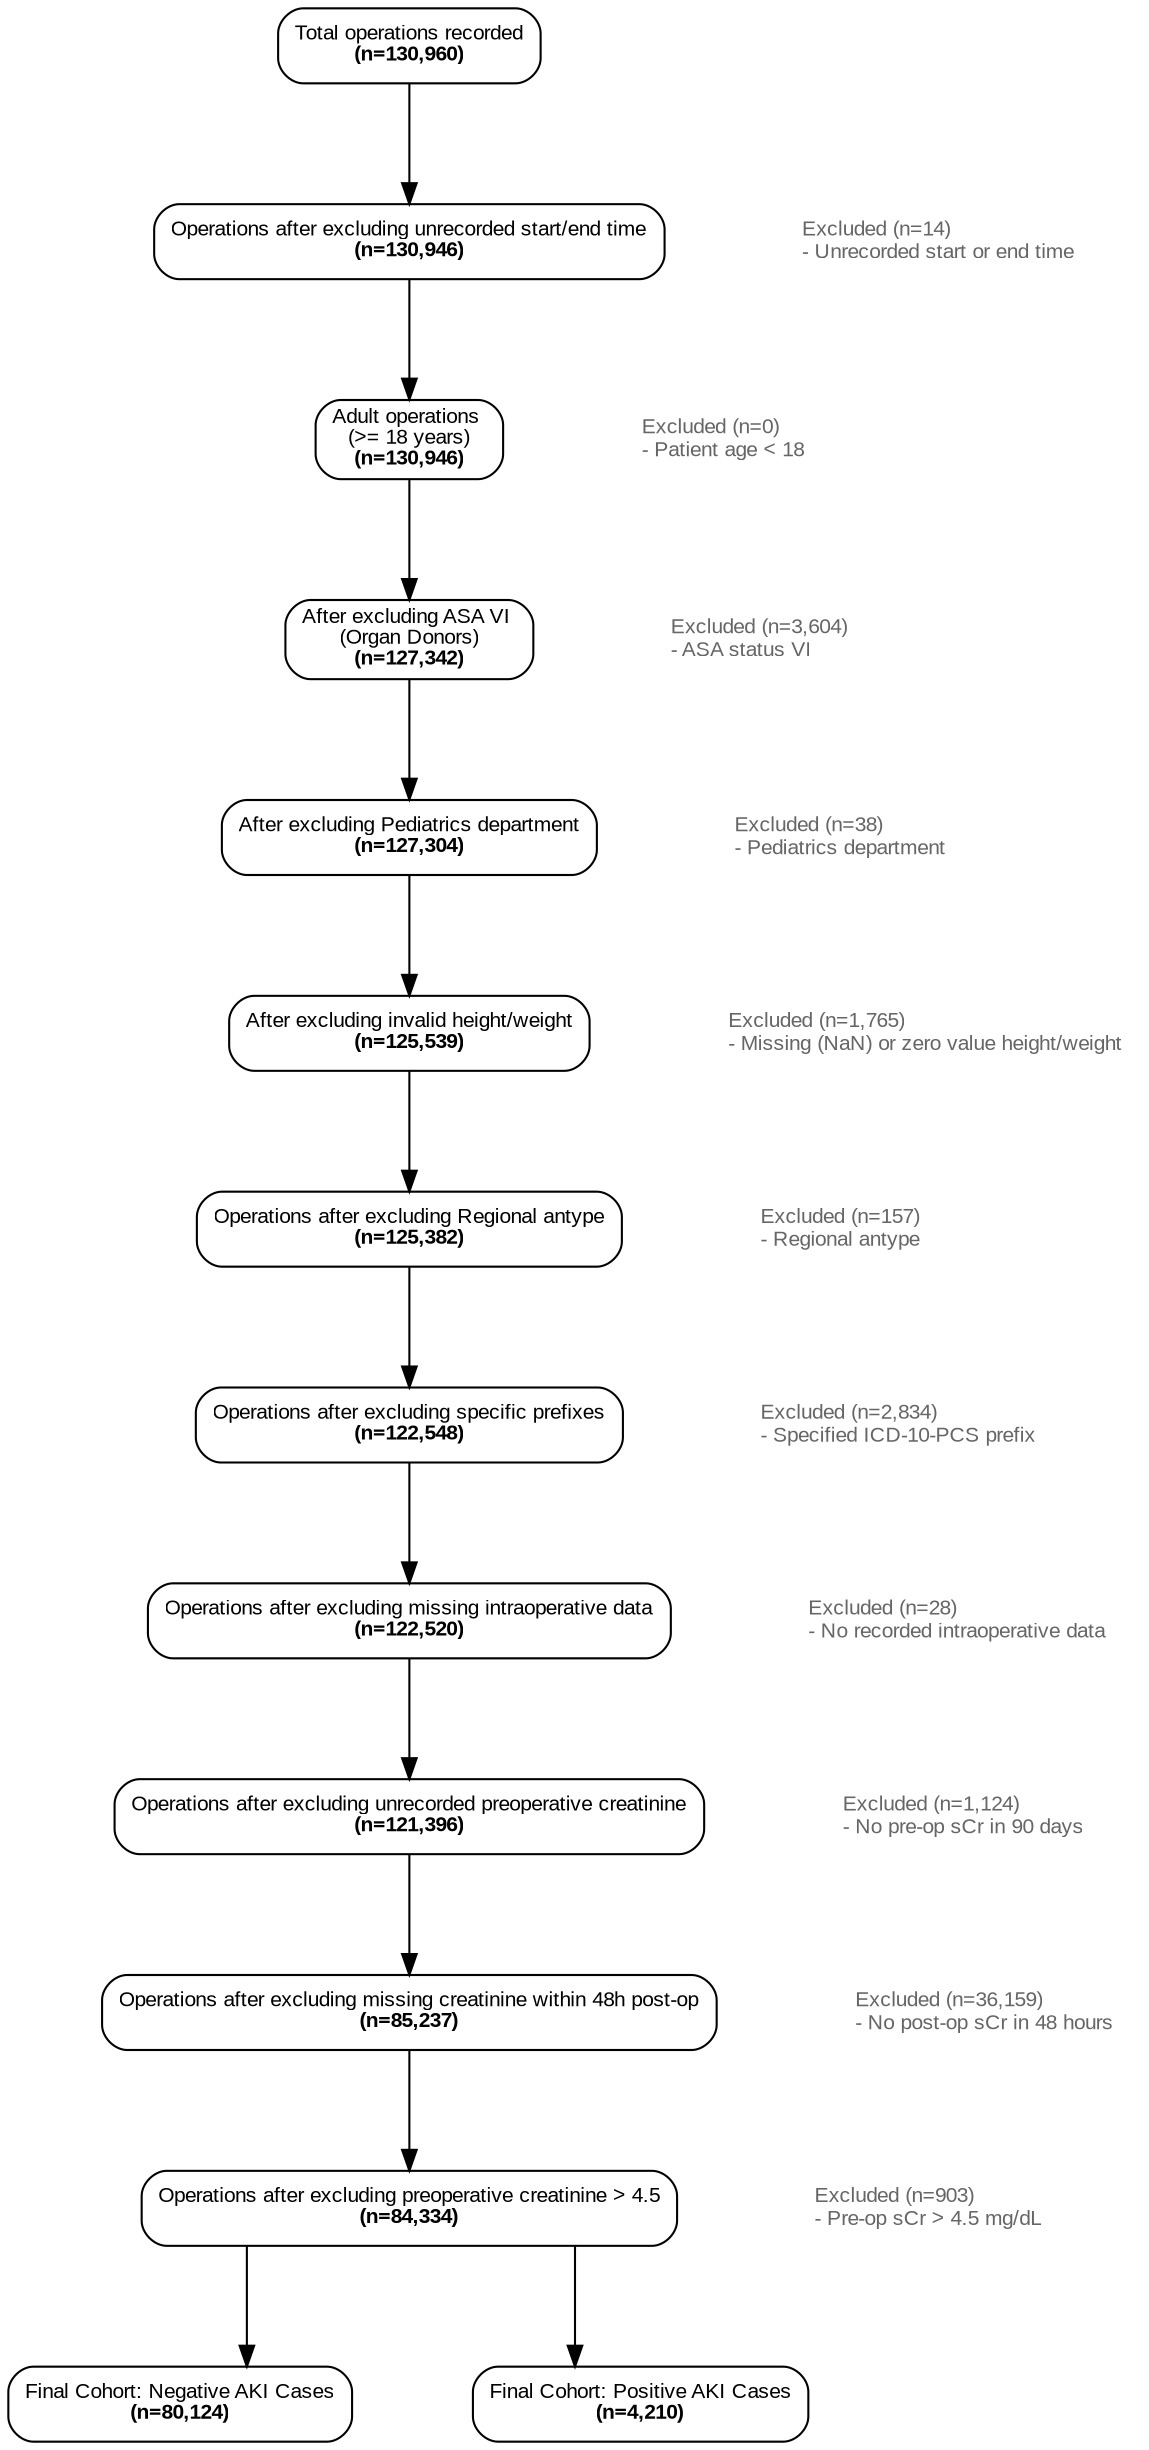
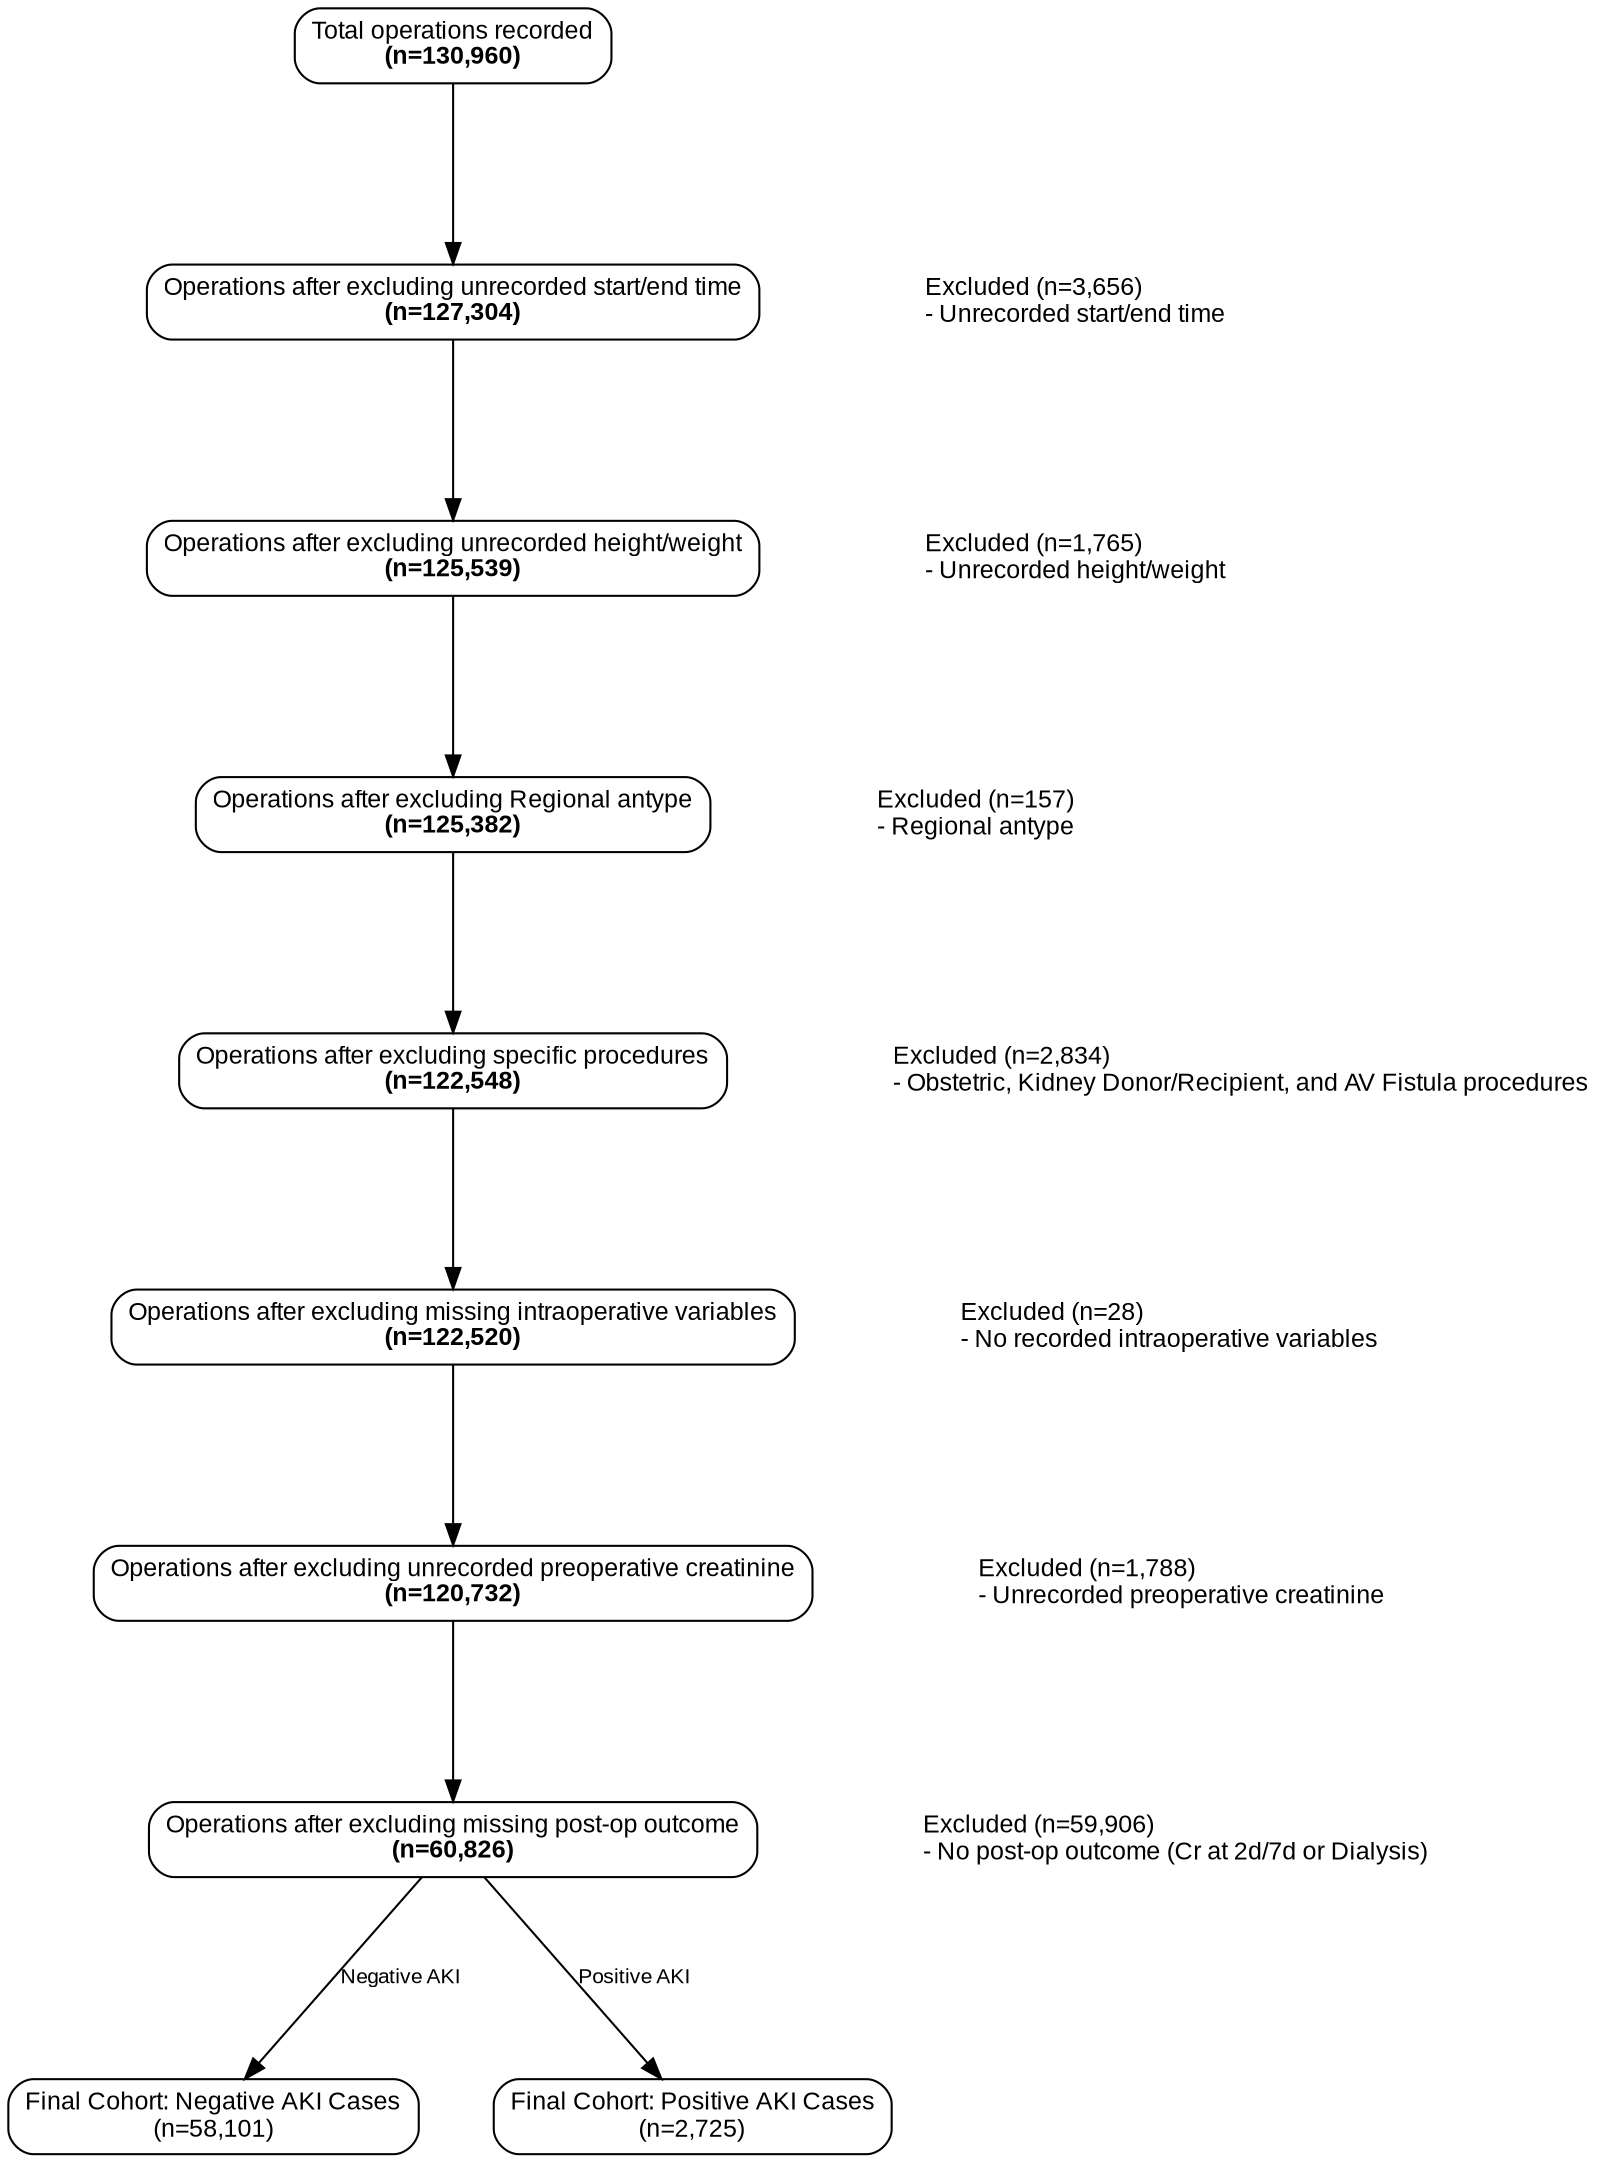
digraph consort_flow {
-     graph [splines=ortho, nodesep=0.8, ranksep=0.8];
-     node [shape=box, style="rounded", fontname="Arial", fontsize=10];
-     edge [fontname="Arial", fontsize=9, arrowhead=normal];
+     graph [rankdir=TB, splines=true, nodesep=0.5, ranksep=1.2];
+     node [shape=box, style="rounded,filled", fontname="Arial", fontsize=12, fillcolor="white"];
+     edge [fontname="Arial", fontsize=10, arrowhead=normal, dir=forward];

    N0 [label=<Total operations recorded<BR/><B>(n=130,960)</B>>];
-     N1 [label=<Operations after excluding unrecorded start/end time<BR/><B>(n=130,946)</B>>];
-     X1 [label=<Excluded (n=14)<BR ALIGN="LEFT"/>- Unrecorded start or end time<BR ALIGN="LEFT"/>>, shape=plaintext, fontcolor="grey40"];
+     N1 [label=<Operations after excluding unrecorded start/end time<BR/><B>(n=127,304)</B>>];
+     N2 [label=<Operations after excluding unrecorded height/weight<BR/><B>(n=125,539)</B>>];
+     N3 [label=<Operations after excluding Regional antype<BR/><B>(n=125,382)</B>>];
+     N4 [label=<Operations after excluding specific procedures<BR/><B>(n=122,548)</B>>];
+     N5 [label=<Operations after excluding missing intraoperative variables<BR/><B>(n=122,520)</B>>];
+     N6 [label=<Operations after excluding unrecorded preoperative creatinine<BR/><B>(n=120,732)</B>>];
+     N7 [label=<Operations after excluding missing post-op outcome<BR/><B>(n=60,826)</B>>];
    N0 -> N1;
-     { rank=same; N1; X1; }
+     X1 [label=<Excluded (n=3,656)<BR ALIGN="LEFT"/>- Unrecorded start/end time<BR ALIGN="LEFT"/>>, shape=plaintext];
+     { rank=same; N1; X1 }
+     N1 -> X1 [style=invis];

-     N2 [label=<Adult operations <BR/>(&gt;= 18 years)<BR/><B>(n=130,946)</B>>];
-     X2 [label=<Excluded (n=0)<BR ALIGN="LEFT"/>- Patient age &lt; 18<BR ALIGN="LEFT"/>>, shape=plaintext, fontcolor="grey40"];
    N1 -> N2;
-     { rank=same; N2; X2; }
+     X2 [label=<Excluded (n=1,765)<BR ALIGN="LEFT"/>- Unrecorded height/weight<BR ALIGN="LEFT"/>>, shape=plaintext];
+     { rank=same; N2; X2 }
+     N2 -> X2 [style=invis];

-     N3 [label=<After excluding ASA VI <BR/>(Organ Donors)<BR/><B>(n=127,342)</B>>];
-     X3 [label=<Excluded (n=3,604)<BR ALIGN="LEFT"/>- ASA status VI<BR ALIGN="LEFT"/>>, shape=plaintext, fontcolor="grey40"];
    N2 -> N3;
-     { rank=same; N3; X3; }
+     X3 [label=<Excluded (n=157)<BR ALIGN="LEFT"/>- Regional antype<BR ALIGN="LEFT"/>>, shape=plaintext];
+     { rank=same; N3; X3 }
+     N3 -> X3 [style=invis];

-     N4 [label=<After excluding Pediatrics department<BR/><B>(n=127,304)</B>>];
-     X4 [label=<Excluded (n=38)<BR ALIGN="LEFT"/>- Pediatrics department<BR ALIGN="LEFT"/>>, shape=plaintext, fontcolor="grey40"];
    N3 -> N4;
-     { rank=same; N4; X4; }
+     X4 [label=<Excluded (n=2,834)<BR ALIGN="LEFT"/>- Obstetric, Kidney Donor/Recipient, and AV Fistula procedures<BR ALIGN="LEFT"/>>, shape=plaintext];
+     { rank=same; N4; X4 }
+     N4 -> X4 [style=invis];

-     N5 [label=<After excluding invalid height/weight<BR/><B>(n=125,539)</B>>];
-     X5 [label=<Excluded (n=1,765)<BR ALIGN="LEFT"/>- Missing (NaN) or zero value height/weight<BR ALIGN="LEFT"/>>, shape=plaintext, fontcolor="grey40"];
    N4 -> N5;
-     { rank=same; N5; X5; }
+     X5 [label=<Excluded (n=28)<BR ALIGN="LEFT"/>- No recorded intraoperative variables<BR ALIGN="LEFT"/>>, shape=plaintext];
+     { rank=same; N5; X5 }
+     N5 -> X5 [style=invis];

-     N6 [label=<Operations after excluding Regional antype<BR/><B>(n=125,382)</B>>];
-     X6 [label=<Excluded (n=157)<BR ALIGN="LEFT"/>- Regional antype<BR ALIGN="LEFT"/>>, shape=plaintext, fontcolor="grey40"];
    N5 -> N6;
-     { rank=same; N6; X6; }
+     X6 [label=<Excluded (n=1,788)<BR ALIGN="LEFT"/>- Unrecorded preoperative creatinine<BR ALIGN="LEFT"/>>, shape=plaintext];
+     { rank=same; N6; X6 }
+     N6 -> X6 [style=invis];

-     N7 [label=<Operations after excluding specific prefixes<BR/><B>(n=122,548)</B>>];
-     X7 [label=<Excluded (n=2,834)<BR ALIGN="LEFT"/>- Specified ICD-10-PCS prefix<BR ALIGN="LEFT"/>>, shape=plaintext, fontcolor="grey40"];
    N6 -> N7;
-     { rank=same; N7; X7; }
+     X7 [label=<Excluded (n=59,906)<BR ALIGN="LEFT"/>- No post-op outcome (Cr at 2d/7d or Dialysis)<BR ALIGN="LEFT"/>>, shape=plaintext];
+     { rank=same; N7; X7 }
+     N7 -> X7 [style=invis];

-     N8 [label=<Operations after excluding missing intraoperative data<BR/><B>(n=122,520)</B>>];
-     X8 [label=<Excluded (n=28)<BR ALIGN="LEFT"/>- No recorded intraoperative data<BR ALIGN="LEFT"/>>, shape=plaintext, fontcolor="grey40"];
-     N7 -> N8;
-     { rank=same; N8; X8; }
- 
-     N9 [label=<Operations after excluding unrecorded preoperative creatinine<BR/><B>(n=121,396)</B>>];
-     X9 [label=<Excluded (n=1,124)<BR ALIGN="LEFT"/>- No pre-op sCr in 90 days<BR ALIGN="LEFT"/>>, shape=plaintext, fontcolor="grey40"];
-     N8 -> N9;
-     { rank=same; N9; X9; }
- 
-     N10 [label=<Operations after excluding missing creatinine within 48h post-op<BR/><B>(n=85,237)</B>>];
-     X10 [label=<Excluded (n=36,159)<BR ALIGN="LEFT"/>- No post-op sCr in 48 hours<BR ALIGN="LEFT"/>>, shape=plaintext, fontcolor="grey40"];
-     N9 -> N10;
-     { rank=same; N10; X10; }
- 
-     N11 [label=<Operations after excluding preoperative creatinine &gt; 4.5<BR/><B>(n=84,334)</B>>];
-     X11 [label=<Excluded (n=903)<BR ALIGN="LEFT"/>- Pre-op sCr &gt; 4.5 mg/dL<BR ALIGN="LEFT"/>>, shape=plaintext, fontcolor="grey40"];
-     N10 -> N11;
-     { rank=same; N11; X11; }
- 
-     N_neg [label=<Final Cohort: Negative AKI Cases<BR/><B>(n=80,124)</B>>];
-     N_pos [label=<Final Cohort: Positive AKI Cases<BR/><B>(n=4,210)</B>>];
-     N11 -> N_neg;
-     N11 -> N_pos;
+     N_neg [label=<Final Cohort: Negative AKI Cases<BR/>(n=58,101)>];
+     N_pos [label=<Final Cohort: Positive AKI Cases<BR/>(n=2,725)>];
+     N7 -> N_neg [label="Negative AKI"];
+     N7 -> N_pos [label="Positive AKI"];
    { rank=same; N_neg; N_pos; }

}